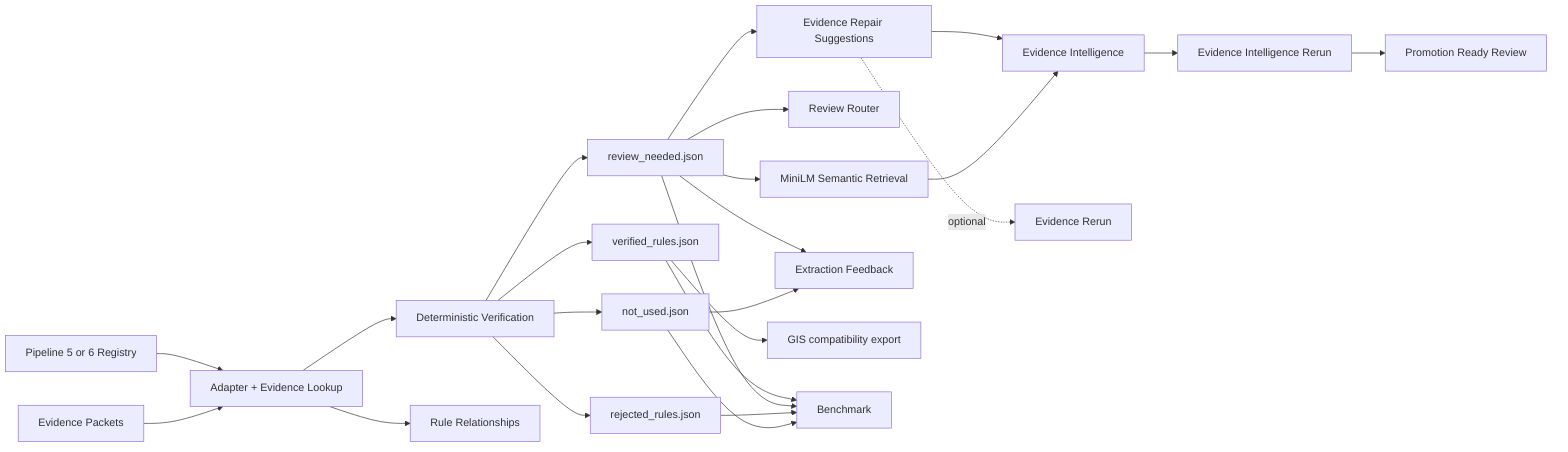
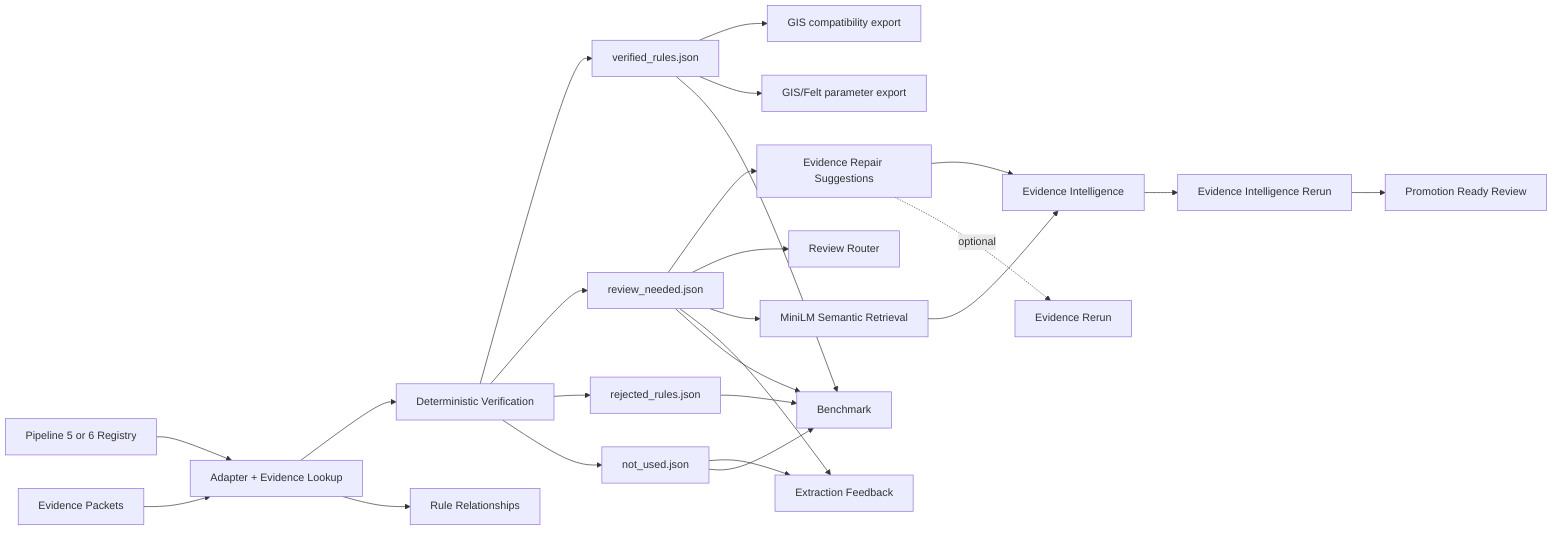
flowchart LR
  A[Pipeline 5 or 6 Registry] --> C[Adapter + Evidence Lookup]
  B[Evidence Packets] --> C
  C --> D[Deterministic Verification]
  D --> E[verified_rules.json]
  D --> F[review_needed.json]
  D --> G[rejected_rules.json]
  D --> H[not_used.json]
  F --> K[Evidence Repair Suggestions]
  F --> M[Review Router]
  F --> O[MiniLM Semantic Retrieval]
  K --> P[Evidence Intelligence]
  O --> P
  P --> Q[Evidence Intelligence Rerun]
  Q --> R[Promotion Ready Review]
  F --> S[Extraction Feedback]
  H --> S
  C --> N[Rule Relationships]
  K -. optional .-> L[Evidence Rerun]
  E --> I[GIS compatibility export]
+   E --> T[GIS/Felt parameter export]
  E --> J[Benchmark]
  F --> J
  G --> J
  H --> J
